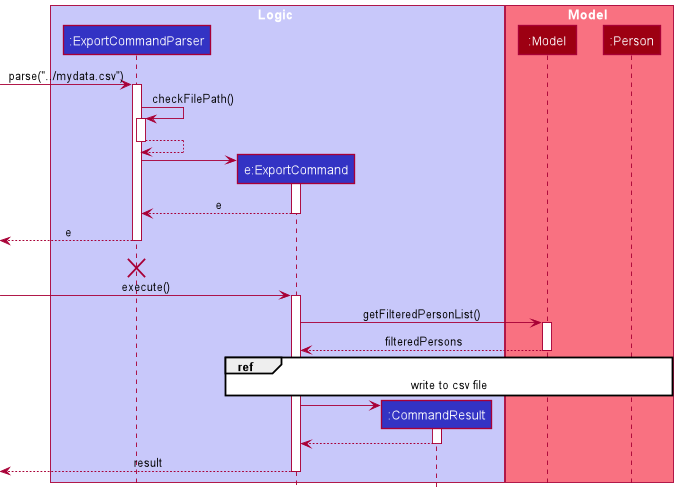
Above: docs/images/ExportSequenceDiagram.png in rcjj98/tp (PlantUML), before the change.
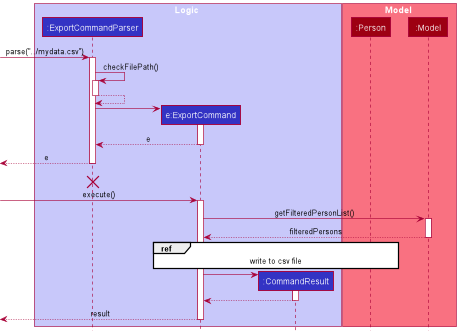
The same diagram one commit later.

Commit message:
Add sequence diagrams

The edit, as a diff of the source:
```diff
@@ -8,8 +8,8 @@
 end box
 
 box Model MODEL_COLOR_T1
+participant ":Person" as Person MODEL_COLOR
 participant ":Model" as Model MODEL_COLOR
-participant ":Person" as Person MODEL_COLOR
 end box
 
 [-> ExportCommandParser : parse("../mydata.csv")
```
